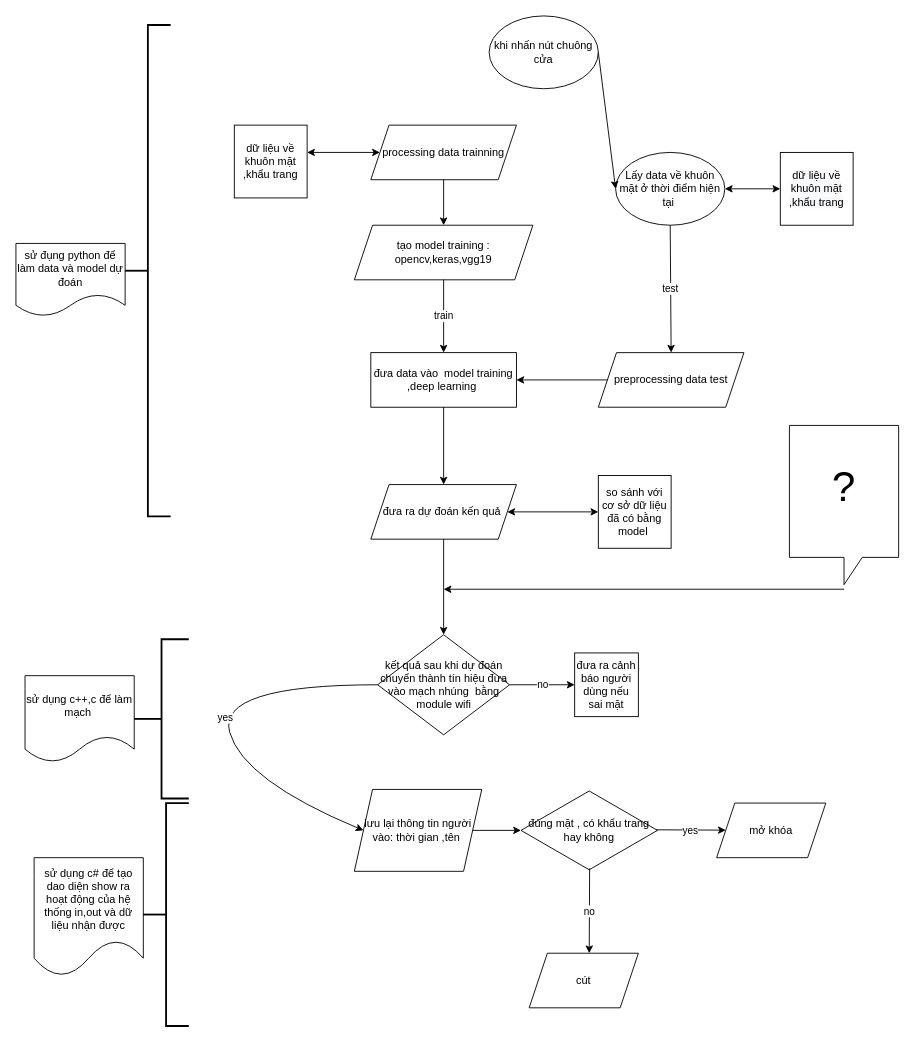
KienPhung-AI-future/data-set-download keeps this draw.io diagram as Untitled Diagram.drawio. Above is the earlier version. Source tidied: cells renumbered, new cells numbered last; positions are measured from the earlier drawing's top-left corner, leaving out a move shared by most shapes. Both pictures are drawn from the tidied source at 91%, with x=0, y=0 at pixel (15, 15).
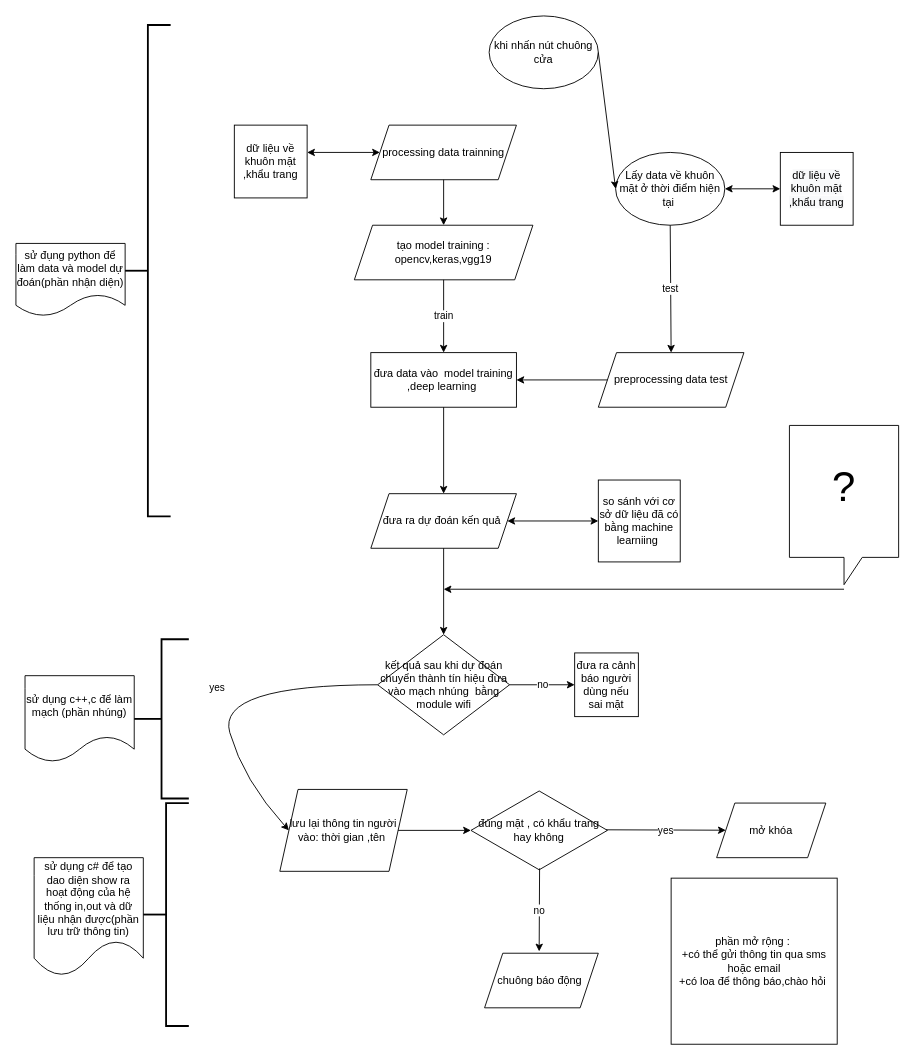
After the change.

What changed in the source:
```diff
@@
     <mxCell id="7" value="đưa ra dự đoán kến quả&amp;nbsp;" style="shape=parallelogram;perimeter=parallelogramPerimeter;whiteSpace=wrap;html=1;fixedSize=1;" parent="1" vertex="1">
-      <mxGeometry x="390" y="515" width="160" height="60" as="geometry" />
+      <mxGeometry x="390" y="525" width="160" height="60" as="geometry" />
     </mxCell>
@@
-    <mxCell id="13" value="so sánh với cơ sở dữ liệu đã có bằng model&amp;nbsp;" style="whiteSpace=wrap;html=1;" parent="1" vertex="1">
-      <mxGeometry x="640" y="505" width="80" height="80" as="geometry" />
+    <mxCell id="13" value="so sánh với cơ sở dữ liệu đã có bằng machine learniing&amp;nbsp;" style="whiteSpace=wrap;html=1;" parent="1" vertex="1">
+      <mxGeometry x="640" y="510" width="90" height="90" as="geometry" />
     </mxCell>
@@
     <mxCell id="22" value="lưu lại thông tin người vào: thời gian ,tên&amp;nbsp;" style="shape=parallelogram;perimeter=parallelogramPerimeter;whiteSpace=wrap;html=1;fixedSize=1;" parent="1" vertex="1">
-      <mxGeometry x="371.9" y="850" width="140" height="90" as="geometry" />
+      <mxGeometry x="290" y="850" width="140" height="90" as="geometry" />
     </mxCell>
@@
     <mxCell id="28" value="đúng mặt , có khẩu trang hay không" style="html=1;whiteSpace=wrap;shape=isoRectangle;" parent="1" vertex="1">
-      <mxGeometry x="555" y="850" width="150" height="90" as="geometry" />
+      <mxGeometry x="500" y="850" width="150" height="90" as="geometry" />
     </mxCell>
@@
     <mxCell id="30" value="no" style="endArrow=classic;html=1;exitX=0.503;exitY=0.964;exitDx=0;exitDy=0;exitPerimeter=0;" parent="1" edge="1" source="28">
       <mxGeometry relative="1" as="geometry">
-        <mxPoint x="630" y="1030" as="targetPoint" />
+        <mxPoint x="575" y="1028" as="targetPoint" />
       </mxGeometry>
     </mxCell>
@@
-    <mxCell id="32" value="cút" style="shape=parallelogram;perimeter=parallelogramPerimeter;whiteSpace=wrap;html=1;fixedSize=1;" parent="1" vertex="1">
-      <mxGeometry x="564" y="1030" width="120" height="60" as="geometry" />
+    <mxCell id="32" value="chuông báo động&amp;nbsp;" style="shape=parallelogram;perimeter=parallelogramPerimeter;whiteSpace=wrap;html=1;fixedSize=1;" parent="1" vertex="1">
+      <mxGeometry x="515" y="1030" width="125" height="60" as="geometry" />
     </mxCell>
-    <mxCell id="33" value="sử đụng python để làm data và model dự đoán" style="shape=document;whiteSpace=wrap;html=1;boundedLbl=1;" parent="1" vertex="1">
+    <mxCell id="33" value="sử đụng python để làm data và model dự đoán(phần nhận diện)" style="shape=document;whiteSpace=wrap;html=1;boundedLbl=1;" parent="1" vertex="1">
       <mxGeometry y="250" width="120" height="80" as="geometry" />
     </mxCell>
-    <mxCell id="34" value="sử dụng c++,c để làm mạch&amp;nbsp;" style="shape=document;whiteSpace=wrap;html=1;boundedLbl=1;" parent="1" vertex="1">
+    <mxCell id="34" value="sử dụng c++,c để làm mạch (phần nhúng)" style="shape=document;whiteSpace=wrap;html=1;boundedLbl=1;" parent="1" vertex="1">
       <mxGeometry x="10" y="725" width="120" height="95" as="geometry" />
     </mxCell>
-    <mxCell id="35" value="sử dụng c# để tạo dao diện show ra hoạt động của hệ thống in,out và dữ liệu nhận được" style="shape=document;whiteSpace=wrap;html=1;boundedLbl=1;" parent="1" vertex="1">
+    <mxCell id="35" value="sử dụng c# để tạo dao diện show ra hoạt động của hệ thống in,out và dữ liệu nhận được(phần lưu trữ thông tin)" style="shape=document;whiteSpace=wrap;html=1;boundedLbl=1;" parent="1" vertex="1">
       <mxGeometry x="20" y="925" width="120" height="130" as="geometry" />
     </mxCell>
@@
+    <mxCell id="41" style="endArrow=classic;html=1;" parent="1" edge="1">
+      <mxGeometry relative="1" as="geometry">
+        <mxPoint x="220" y="700" as="sourcePoint" />
+        <mxPoint x="220" y="700" as="targetPoint" />
+      </mxGeometry>
+    </mxCell>
+    <mxCell id="42" value="phần mở rộng :&amp;nbsp;&lt;br&gt;+có thể gửi thông tin qua sms hoặc email&lt;br&gt;+có loa để thông báo,chào hỏi&amp;nbsp;" style="whiteSpace=wrap;html=1;" parent="1" vertex="1">
+      <mxGeometry x="720" y="947.5" width="182.5" height="182.5" as="geometry" />
+    </mxCell>
```
